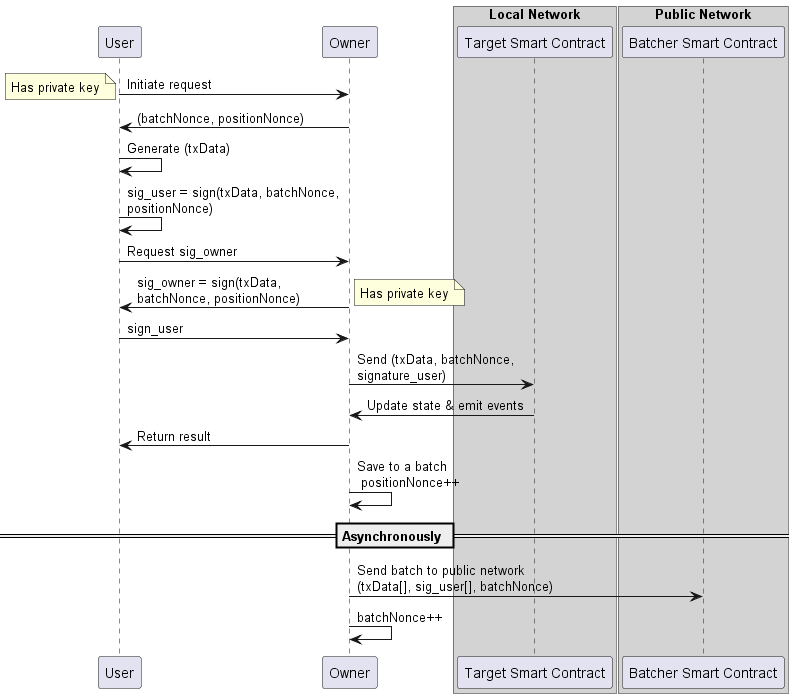
The PlantUML diagram out/UMLs/system/system.png in ollie041114/account-abstraction-test, before a commit.
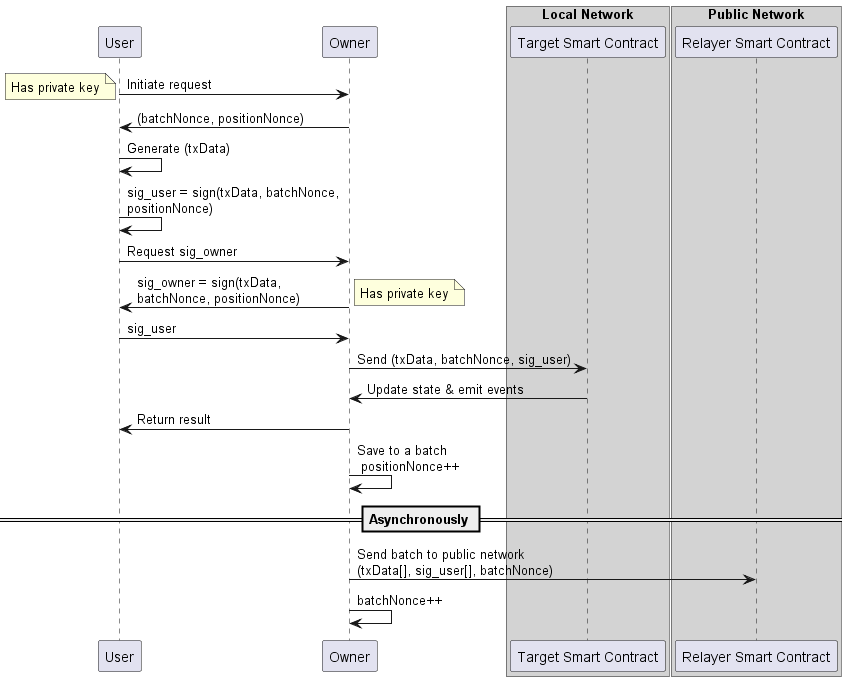
The same file after the commit.

What changed in the source:
```diff
@@ -9,7 +9,7 @@
 end box
 
 box "Public Network" #LightGray
-participant "Batcher Smart Contract" as PublicBatcher
+participant "Relayer Smart Contract" as PublicRelayer
 end box
 
 User -> Owner : Initiate request
@@ -22,15 +22,15 @@
 
 Owner -> User : sig_owner = sign(txData, batchNonce, positionNonce)
 note right : Has private key
-User -> Owner : sign_user
-Owner -> LocalBlockchain : Send (txData, batchNonce, signature_user)
+User -> Owner : sig_user
+Owner -> LocalBlockchain : Send (txData, batchNonce, sig_user)
 LocalBlockchain -> Owner : Update state & emit events
 Owner -> User : Return result
 Owner -> Owner : Save to a batch \n positionNonce++
 
 == Asynchronously ==
 box Asynchronously
-Owner -> PublicBatcher : Send batch to public network (txData[], sig_user[], batchNonce)
+Owner -> PublicRelayer : Send batch to public network (txData[], sig_user[], batchNonce)
 Owner -> Owner : batchNonce++
 end box
 
```
